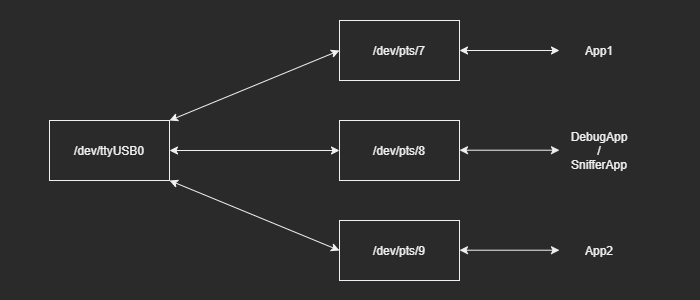
Above: ExampleDiagram.png in lnarolski/TtyCloner (draw.io), before the change. Source tidied: cells renumbered, new cells last; positions are measured from the earlier drawing's top-left corner, leaving out a move shared by most shapes. Source of this version:
```xml
<mxGraphModel>
  <root>
    <mxCell id="0" />
    <mxCell id="1" parent="0" />
    <mxCell id="2" value="/dev/ttyUSB0" style="rounded=0;whiteSpace=wrap;html=1;" parent="1" vertex="1">
      <mxGeometry y="100" width="120" height="60" as="geometry" />
    </mxCell>
    <mxCell id="3" value="/dev/pts/7" style="rounded=0;whiteSpace=wrap;html=1;" parent="1" vertex="1">
      <mxGeometry x="290" width="120" height="60" as="geometry" />
    </mxCell>
    <mxCell id="4" value="/dev/pts/8" style="rounded=0;whiteSpace=wrap;html=1;" parent="1" vertex="1">
      <mxGeometry x="290" y="100" width="120" height="60" as="geometry" />
    </mxCell>
    <mxCell id="5" value="/dev/pts/9" style="rounded=0;whiteSpace=wrap;html=1;" parent="1" vertex="1">
      <mxGeometry x="290" y="200" width="120" height="60" as="geometry" />
    </mxCell>
    <mxCell id="6" style="endArrow=classic;startArrow=classic;html=1;exitX=1;exitY=1;exitDx=0;exitDy=0;entryX=0;entryY=0.5;entryDx=0;entryDy=0;" parent="1" edge="1" source="2" target="5">
      <mxGeometry relative="1" as="geometry" />
    </mxCell>
    <mxCell id="7" style="endArrow=classic;startArrow=classic;html=1;exitX=1;exitY=0.5;exitDx=0;exitDy=0;entryX=0;entryY=0.5;entryDx=0;entryDy=0;" parent="1" edge="1" source="2" target="4">
      <mxGeometry relative="1" as="geometry" />
    </mxCell>
    <mxCell id="8" style="endArrow=classic;startArrow=classic;html=1;exitX=1;exitY=0;exitDx=0;exitDy=0;entryX=0;entryY=0.5;entryDx=0;entryDy=0;" parent="1" edge="1" source="2" target="3">
      <mxGeometry relative="1" as="geometry" />
    </mxCell>
    <mxCell id="9" style="endArrow=classic;startArrow=classic;html=1;exitX=1;exitY=0.5;exitDx=0;exitDy=0;" parent="1" edge="1" source="3">
      <mxGeometry relative="1" as="geometry">
        <mxPoint x="510" y="30" as="targetPoint" />
      </mxGeometry>
    </mxCell>
    <mxCell id="10" style="endArrow=classic;startArrow=classic;html=1;exitX=1;exitY=0.5;exitDx=0;exitDy=0;" parent="1" edge="1">
      <mxGeometry relative="1" as="geometry">
        <mxPoint x="410" y="129.7" as="sourcePoint" />
        <mxPoint x="510" y="129.7" as="targetPoint" />
      </mxGeometry>
    </mxCell>
    <mxCell id="11" style="endArrow=classic;startArrow=classic;html=1;exitX=1;exitY=0.5;exitDx=0;exitDy=0;" parent="1" edge="1">
      <mxGeometry relative="1" as="geometry">
        <mxPoint x="410" y="229.7" as="sourcePoint" />
        <mxPoint x="510" y="229.7" as="targetPoint" />
      </mxGeometry>
    </mxCell>
    <mxCell id="12" value="App1" style="text;html=1;strokeColor=none;fillColor=none;align=center;verticalAlign=middle;whiteSpace=wrap;rounded=0;" parent="1" vertex="1">
      <mxGeometry x="530" y="20" width="40" height="20" as="geometry" />
    </mxCell>
    <mxCell id="13" value="DebugApp&lt;br&gt;/&lt;br&gt;SnifferApp" style="text;html=1;strokeColor=none;fillColor=none;align=center;verticalAlign=middle;whiteSpace=wrap;rounded=0;" parent="1" vertex="1">
      <mxGeometry x="530" y="120" width="40" height="20" as="geometry" />
    </mxCell>
    <mxCell id="14" value="App2" style="text;html=1;strokeColor=none;fillColor=none;align=center;verticalAlign=middle;whiteSpace=wrap;rounded=0;" parent="1" vertex="1">
      <mxGeometry x="530" y="220" width="40" height="20" as="geometry" />
    </mxCell>
  </root>
</mxGraphModel>
```
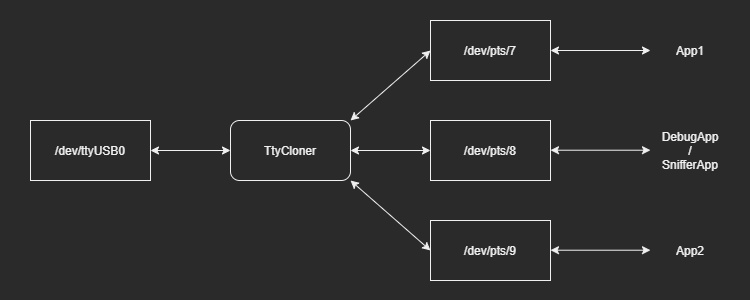
The same file after the commit.

Commit message:
Updated example diagram

Change to the diagram source:
```diff
@@ -3,7 +3,7 @@
     <mxCell id="0" />
     <mxCell id="1" parent="0" />
     <mxCell id="2" value="/dev/ttyUSB0" style="rounded=0;whiteSpace=wrap;html=1;" parent="1" vertex="1">
-      <mxGeometry y="100" width="120" height="60" as="geometry" />
+      <mxGeometry x="-110" y="100" width="120" height="60" as="geometry" />
     </mxCell>
     <mxCell id="3" value="/dev/pts/7" style="rounded=0;whiteSpace=wrap;html=1;" parent="1" vertex="1">
       <mxGeometry x="290" width="120" height="60" as="geometry" />
@@ -14,13 +14,13 @@
     <mxCell id="5" value="/dev/pts/9" style="rounded=0;whiteSpace=wrap;html=1;" parent="1" vertex="1">
       <mxGeometry x="290" y="200" width="120" height="60" as="geometry" />
     </mxCell>
-    <mxCell id="6" style="endArrow=classic;startArrow=classic;html=1;exitX=1;exitY=1;exitDx=0;exitDy=0;entryX=0;entryY=0.5;entryDx=0;entryDy=0;" parent="1" edge="1" source="2" target="5">
+    <mxCell id="6" style="endArrow=classic;startArrow=classic;html=1;entryX=0;entryY=0.5;entryDx=0;entryDy=0;exitX=1;exitY=1;exitDx=0;exitDy=0;" parent="1" edge="1" source="15" target="5">
       <mxGeometry relative="1" as="geometry" />
     </mxCell>
-    <mxCell id="7" style="endArrow=classic;startArrow=classic;html=1;exitX=1;exitY=0.5;exitDx=0;exitDy=0;entryX=0;entryY=0.5;entryDx=0;entryDy=0;" parent="1" edge="1" source="2" target="4">
+    <mxCell id="7" style="endArrow=classic;startArrow=classic;html=1;exitX=1;exitY=0.5;exitDx=0;exitDy=0;entryX=0;entryY=0.5;entryDx=0;entryDy=0;" parent="1" edge="1" source="15" target="4">
       <mxGeometry relative="1" as="geometry" />
     </mxCell>
-    <mxCell id="8" style="endArrow=classic;startArrow=classic;html=1;exitX=1;exitY=0;exitDx=0;exitDy=0;entryX=0;entryY=0.5;entryDx=0;entryDy=0;" parent="1" edge="1" source="2" target="3">
+    <mxCell id="8" style="endArrow=classic;startArrow=classic;html=1;exitX=1;exitY=0;exitDx=0;exitDy=0;entryX=0;entryY=0.5;entryDx=0;entryDy=0;" parent="1" edge="1" source="15" target="3">
       <mxGeometry relative="1" as="geometry" />
     </mxCell>
     <mxCell id="9" style="endArrow=classic;startArrow=classic;html=1;exitX=1;exitY=0.5;exitDx=0;exitDy=0;" parent="1" edge="1" source="3">
@@ -49,5 +49,11 @@
     <mxCell id="14" value="App2" style="text;html=1;strokeColor=none;fillColor=none;align=center;verticalAlign=middle;whiteSpace=wrap;rounded=0;" parent="1" vertex="1">
       <mxGeometry x="530" y="220" width="40" height="20" as="geometry" />
     </mxCell>
+    <mxCell id="15" value="TtyCloner" style="rounded=1;whiteSpace=wrap;html=1;glass=0;sketch=0;shadow=0;" parent="1" vertex="1">
+      <mxGeometry x="90" y="100" width="120" height="60" as="geometry" />
+    </mxCell>
+    <mxCell id="16" style="endArrow=classic;startArrow=classic;html=1;exitX=1;exitY=0.5;exitDx=0;exitDy=0;entryX=0;entryY=0.5;entryDx=0;entryDy=0;" parent="1" edge="1" source="2" target="15">
+      <mxGeometry relative="1" as="geometry" />
+    </mxCell>
   </root>
 </mxGraphModel>
```
